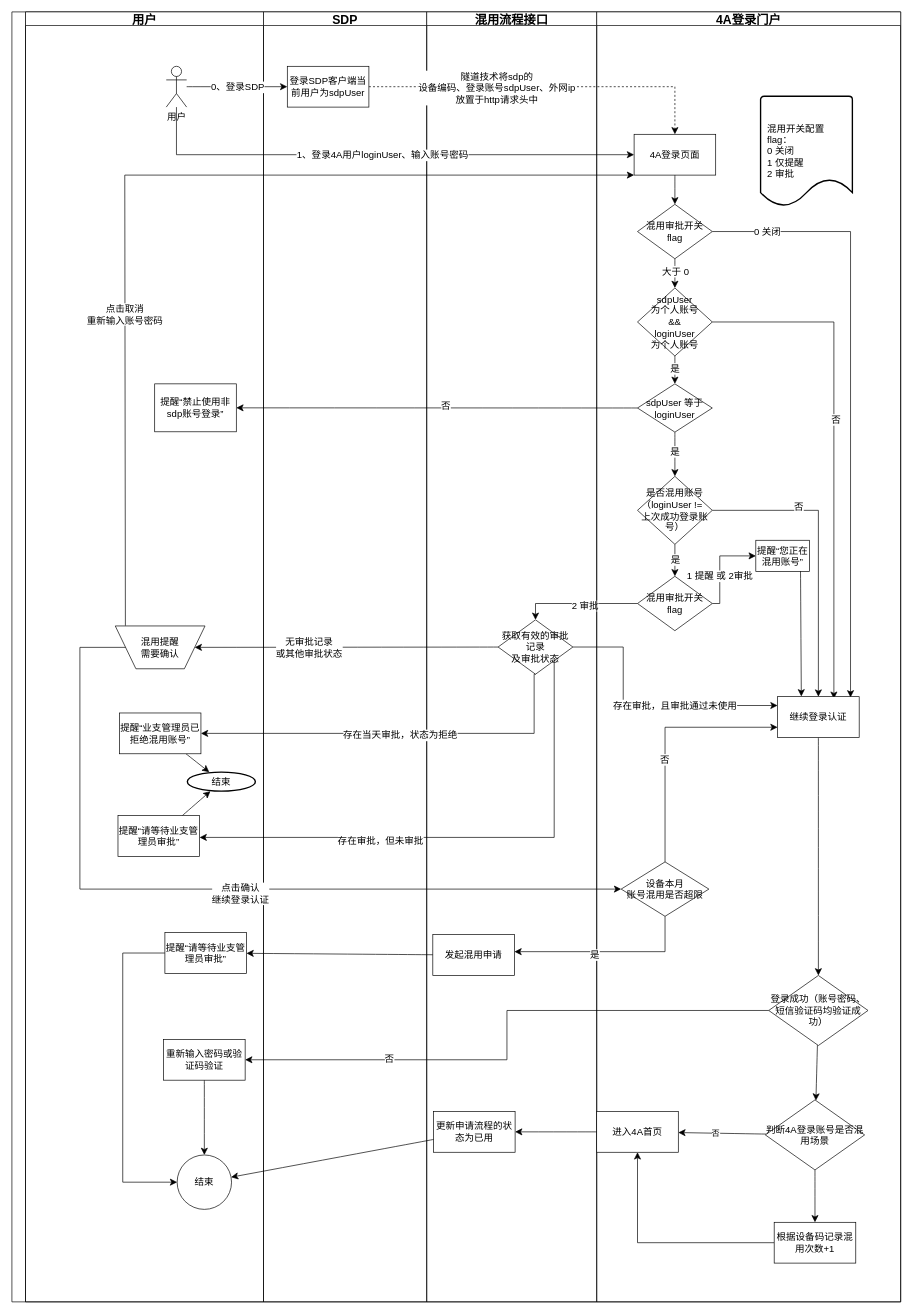
The draw.io diagram page "账号混用泳道图-外部账号" (19 of 23) of 系统功能流程图/铁塔4A2024.drawio in 158698706/tt4a, before the edit. Source tidied: cells renumbered, new cells numbered last; positions are measured from the earlier drawing's top-left corner, leaving out a move shared by most shapes. Both pictures are drawn from the tidied source at 68%, with x=0, y=0 at pixel (12, 12).
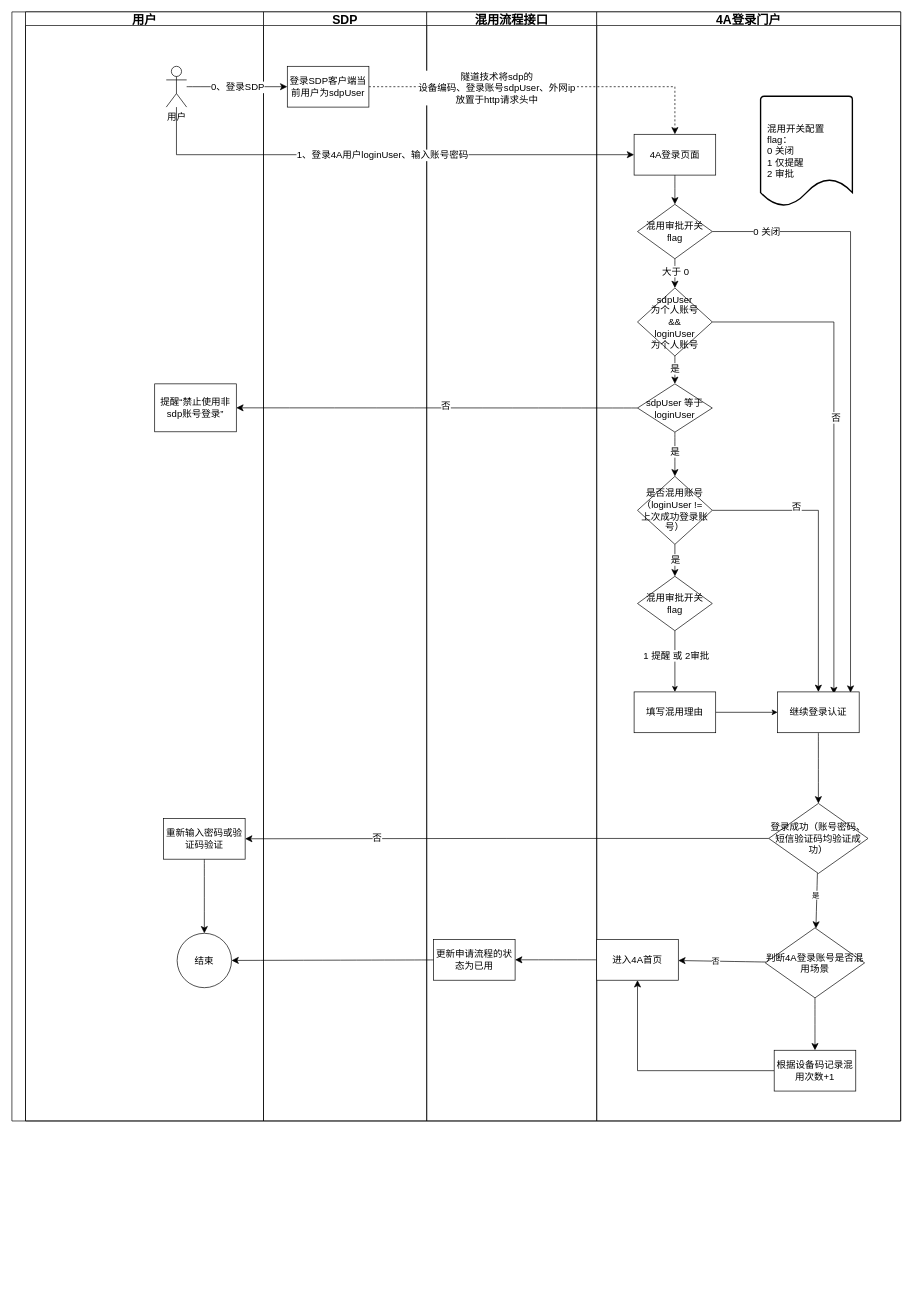
The same page after the edit.

The change refers to these unchanged cells:
```xml
<mxCell id="37" value="4A登录页面" style="whiteSpace=wrap;html=1;verticalAlign=middle;fontSize=14;" parent="35" vertex="1">
  <mxGeometry x="55" y="180" width="120" height="60" as="geometry" />
</mxCell>
<mxCell id="60" value="混用审批开关&lt;div&gt;flag&lt;/div&gt;" style="rhombus;whiteSpace=wrap;html=1;fontSize=14;" parent="35" vertex="1">
  <mxGeometry x="60" y="830" width="110" height="80" as="geometry" />
</mxCell>
<mxCell id="67" style="edgeStyle=none;curved=1;rounded=0;jettySize=auto;html=1;fontSize=12;startSize=8;endSize=8;" parent="35" edge="1" source="68" target="72">
  <mxGeometry relative="1" as="geometry" />
</mxCell>
```

What changed in the source:
```diff
@@
     <mxCell id="2" style="swimlane;startSize=20;horizontal=0;" parent="1" vertex="1">
-      <mxGeometry width="1307" height="1897" as="geometry" />
+      <mxGeometry width="1307" height="1631" as="geometry" />
     </mxCell>
     <mxCell id="3" value="用户" style="swimlane;startSize=20;fontSize=18;" parent="2" vertex="1">
-      <mxGeometry x="20" width="350" height="1897" as="geometry" />
+      <mxGeometry x="20" width="350" height="1631" as="geometry" />
     </mxCell>
@@
-    <mxCell id="5" value="混用提醒&lt;div&gt;需要确认&lt;/div&gt;" style="verticalLabelPosition=middle;verticalAlign=middle;html=1;shape=trapezoid;perimeter=trapezoidPerimeter;whiteSpace=wrap;size=0.23;arcSize=10;flipV=1;labelPosition=center;align=center;fontSize=14;" parent="3" vertex="1">
-      <mxGeometry x="132" y="903" width="132" height="63" as="geometry" />
-    </mxCell>
@@
-    <mxCell id="7" style="edgeStyle=none;curved=1;rounded=0;jettySize=auto;html=1;fontSize=14;startSize=8;endSize=8;" parent="3" edge="1" source="8" target="9">
-      <mxGeometry relative="1" as="geometry" />
-    </mxCell>
-    <mxCell id="8" value="提醒“业支管理员已拒绝混用账号”" style="whiteSpace=wrap;html=1;fontSize=14;" parent="3" vertex="1">
-      <mxGeometry x="138" y="1031" width="120" height="60" as="geometry" />
-    </mxCell>
-    <mxCell id="9" value="结束" style="strokeWidth=2;html=1;shape=mxgraph.flowchart.start_1;whiteSpace=wrap;fontSize=14;" parent="3" vertex="1">
-      <mxGeometry x="238" y="1118" width="100" height="28" as="geometry" />
-    </mxCell>
-    <mxCell id="10" style="edgeStyle=none;curved=1;rounded=0;jettySize=auto;html=1;fontSize=14;startSize=8;endSize=8;" parent="3" edge="1" source="11" target="9">
-      <mxGeometry relative="1" as="geometry" />
-    </mxCell>
-    <mxCell id="11" value="提醒“请等待业支管理员审批”" style="whiteSpace=wrap;html=1;fontSize=14;" parent="3" vertex="1">
-      <mxGeometry x="136" y="1182" width="120" height="60" as="geometry" />
-    </mxCell>
-    <mxCell id="12" style="edgeStyle=elbowEdgeStyle;rounded=0;jettySize=auto;html=1;entryX=0;entryY=0.5;entryDx=0;entryDy=0;fontSize=12;startSize=8;endSize=8;" parent="3" edge="1" source="13" target="16">
-      <mxGeometry relative="1" as="geometry">
-        <Array as="points">
-          <mxPoint x="143" y="1568" />
-        </Array>
-      </mxGeometry>
-    </mxCell>
-    <mxCell id="13" value="提醒“请等待业支管理员审批”" style="whiteSpace=wrap;html=1;fontSize=14;arcSize=10;" parent="3" vertex="1">
-      <mxGeometry x="205" y="1354" width="120" height="60" as="geometry" />
-    </mxCell>
@@
     <mxCell id="15" value="重新输入密码或验证码验证" style="whiteSpace=wrap;html=1;fontSize=14;" parent="3" vertex="1">
-      <mxGeometry x="203" y="1511" width="120" height="60" as="geometry" />
+      <mxGeometry x="203" y="1186" width="120" height="60" as="geometry" />
     </mxCell>
     <mxCell id="16" value="结束" style="ellipse;whiteSpace=wrap;html=1;fontSize=14;" parent="3" vertex="1">
-      <mxGeometry x="223" y="1681" width="80" height="80" as="geometry" />
+      <mxGeometry x="223" y="1355" width="80" height="80" as="geometry" />
     </mxCell>
     <mxCell id="17" value="SDP" style="swimlane;startSize=20;fontSize=18;" parent="2" vertex="1">
-      <mxGeometry x="370" width="240" height="1897" as="geometry" />
+      <mxGeometry x="370" width="240" height="1631" as="geometry" />
     </mxCell>
@@
     <mxCell id="19" value="混用流程接口" style="swimlane;startSize=20;fontSize=18;" parent="2" vertex="1">
-      <mxGeometry x="610" width="250" height="1897" as="geometry" />
+      <mxGeometry x="610" width="250" height="1631" as="geometry" />
     </mxCell>
-    <mxCell id="20" value="获取有效的审批记录&lt;div&gt;及审批状态&lt;/div&gt;" style="rhombus;whiteSpace=wrap;html=1;fontSize=14;" parent="19" vertex="1">
-      <mxGeometry x="105" y="894" width="110" height="80" as="geometry" />
-    </mxCell>
-    <mxCell id="21" value="发起混用申请" style="whiteSpace=wrap;html=1;arcSize=10;fontSize=14;" parent="19" vertex="1">
-      <mxGeometry x="9" y="1357" width="120" height="60" as="geometry" />
-    </mxCell>
     <mxCell id="22" value="更新申请流程的状态为已用" style="whiteSpace=wrap;html=1;fontSize=14;" parent="19" vertex="1">
-      <mxGeometry x="10" y="1617" width="120" height="60" as="geometry" />
+      <mxGeometry x="10" y="1364" width="120" height="60" as="geometry" />
     </mxCell>
@@
-    <mxCell id="29" style="edgeStyle=orthogonalEdgeStyle;rounded=0;jettySize=auto;html=1;fontSize=14;startSize=8;endSize=8;entryX=0.5;entryY=0;entryDx=0;entryDy=0;exitX=0;exitY=0.5;exitDx=0;exitDy=0;" parent="2" edge="1" source="60" target="20">
-      <mxGeometry relative="1" as="geometry" />
-    </mxCell>
-    <mxCell id="30" value="2 审批" style="edgeLabel;html=1;align=center;verticalAlign=middle;fontSize=14;" parent="29" vertex="1">
-      <mxGeometry relative="1" as="geometry">
-        <mxPoint x="9" y="3" as="offset" />
-      </mxGeometry>
-    </mxCell>
-    <mxCell id="31" style="edgeStyle=none;curved=1;rounded=0;jettySize=auto;html=1;fontSize=14;startSize=8;endSize=8;entryX=1;entryY=0.5;entryDx=0;entryDy=0;" parent="2" edge="1" source="20" target="5">
-      <mxGeometry relative="1" as="geometry" />
-    </mxCell>
-    <mxCell id="32" value="无审批记录&lt;div&gt;或其他审批状态&lt;/div&gt;" style="edgeLabel;html=1;align=center;verticalAlign=middle;fontSize=14;" parent="31" vertex="1">
-      <mxGeometry x="0.25" relative="1" as="geometry" />
-    </mxCell>
@@
+    <mxCell id="89" style="edgeStyle=elbowEdgeStyle;rounded=0;jettySize=auto;html=1;fontSize=12;startSize=8;endSize=8;" parent="2" edge="1" source="68" target="15">
+      <mxGeometry relative="1" as="geometry" />
+    </mxCell>
+    <mxCell id="90" value="否" style="edgeLabel;html=1;align=center;verticalAlign=middle;fontSize=14;" parent="89" vertex="1">
+      <mxGeometry x="0.5" y="-2" relative="1" as="geometry">
+        <mxPoint x="1" as="offset" />
+      </mxGeometry>
+    </mxCell>
+    <mxCell id="91" style="edgeStyle=none;curved=1;rounded=0;jettySize=auto;html=1;fontSize=12;startSize=8;endSize=8;" parent="2" edge="1" source="73" target="22">
+      <mxGeometry relative="1" as="geometry" />
+    </mxCell>
+    <mxCell id="92" style="edgeStyle=none;curved=1;rounded=0;jettySize=auto;html=1;fontSize=12;startSize=8;endSize=8;" parent="2" edge="1" source="22" target="16">
+      <mxGeometry relative="1" as="geometry" />
+    </mxCell>
     <mxCell id="35" value="4A登录门户" style="swimlane;startSize=20;fontSize=18;" parent="2" vertex="1">
-      <mxGeometry x="860" width="447" height="1897" as="geometry" />
+      <mxGeometry x="860" width="447" height="1631" as="geometry" />
     </mxCell>
@@
     <mxCell id="49" value="继续登录认证" style="whiteSpace=wrap;html=1;verticalAlign=middle;fontSize=14;" parent="35" vertex="1">
-      <mxGeometry x="266" y="1007" width="120" height="60" as="geometry" />
+      <mxGeometry x="266" y="1000" width="120" height="60" as="geometry" />
     </mxCell>
@@
-    <mxCell id="58" style="edgeStyle=elbowEdgeStyle;rounded=0;jettySize=auto;html=1;fontSize=14;startSize=8;endSize=8;exitX=1;exitY=0.5;exitDx=0;exitDy=0;" parent="35" edge="1" source="60" target="61">
-      <mxGeometry relative="1" as="geometry">
-        <Array as="points">
-          <mxPoint x="181" y="833" />
-        </Array>
-      </mxGeometry>
-    </mxCell>
+    <mxCell id="93" style="edgeStyle=orthogonalEdgeStyle;rounded=0;jettySize=auto;html=1;" parent="35" edge="1" source="60" target="95">
+      <mxGeometry relative="1" as="geometry" />
+    </mxCell>
-    <mxCell id="59" value="1 提醒 或 2审批" style="edgeLabel;html=1;align=center;verticalAlign=middle;fontSize=14;" parent="58" vertex="1">
-      <mxGeometry x="-0.22" y="1" relative="1" as="geometry" />
+    <mxCell id="59" value="&lt;span style=&quot;font-size: 14px;&quot;&gt;1 提醒 或 2审批&lt;/span&gt;" style="edgeLabel;html=1;align=center;verticalAlign=middle;" parent="93" vertex="1">
+      <mxGeometry x="-0.2" y="1" relative="1" as="geometry" />
     </mxCell>
@@
-    <mxCell id="61" value="提醒“您正在混用账号”" style="whiteSpace=wrap;html=1;fontSize=14;" parent="35" vertex="1">
-      <mxGeometry x="234" y="777" width="79" height="46" as="geometry" />
-    </mxCell>
-    <mxCell id="62" style="edgeStyle=none;curved=1;rounded=0;jettySize=auto;html=1;entryX=0.291;entryY=-0.006;entryDx=0;entryDy=0;entryPerimeter=0;fontSize=14;startSize=8;endSize=8;exitX=0.832;exitY=0.99;exitDx=0;exitDy=0;exitPerimeter=0;" parent="35" edge="1" source="61" target="49">
-      <mxGeometry relative="1" as="geometry" />
-    </mxCell>
@@
-    <mxCell id="64" style="edgeStyle=orthogonalEdgeStyle;rounded=0;jettySize=auto;html=1;entryX=0;entryY=0.75;entryDx=0;entryDy=0;fontSize=14;startSize=8;endSize=8;exitX=0.5;exitY=0;exitDx=0;exitDy=0;" parent="35" edge="1" source="66" target="49">
-      <mxGeometry relative="1" as="geometry" />
-    </mxCell>
-    <mxCell id="65" value="否" style="edgeLabel;html=1;align=center;verticalAlign=middle;fontSize=14;" parent="64" vertex="1">
-      <mxGeometry x="-0.17" y="1" relative="1" as="geometry" />
-    </mxCell>
-    <mxCell id="66" value="设备本月&lt;div&gt;账号混用是否超限&lt;/div&gt;" style="rhombus;whiteSpace=wrap;html=1;arcSize=10;fontSize=14;" parent="35" vertex="1">
-      <mxGeometry x="36" y="1250" width="129" height="80" as="geometry" />
-    </mxCell>
@@
+    <mxCell id="87" value="是" style="edgeLabel;html=1;align=center;verticalAlign=middle;" parent="67" vertex="1">
+      <mxGeometry x="-0.2" y="-2" relative="1" as="geometry" />
+    </mxCell>
     <mxCell id="68" value="登录成功（账号密码、短信验证码均验证成功）" style="rhombus;whiteSpace=wrap;html=1;fontSize=14;" parent="35" vertex="1">
-      <mxGeometry x="253" y="1417" width="146" height="103" as="geometry" />
+      <mxGeometry x="253" y="1164" width="146" height="103" as="geometry" />
     </mxCell>
@@
     <mxCell id="72" value="判断4A登录账号是否混用场景" style="rhombus;whiteSpace=wrap;html=1;fontSize=14;" parent="35" vertex="1">
-      <mxGeometry x="248" y="1600" width="146" height="103" as="geometry" />
+      <mxGeometry x="248" y="1347" width="146" height="103" as="geometry" />
     </mxCell>
     <mxCell id="73" value="进入4A首页" style="whiteSpace=wrap;html=1;fontSize=14;" parent="35" vertex="1">
-      <mxGeometry y="1617" width="120" height="60" as="geometry" />
+      <mxGeometry y="1364" width="120" height="60" as="geometry" />
     </mxCell>
@@
     <mxCell id="75" value="根据设备码记录混用次数+1" style="whiteSpace=wrap;html=1;fontSize=14;" parent="35" vertex="1">
-      <mxGeometry x="261" y="1780" width="120" height="60" as="geometry" />
+      <mxGeometry x="261" y="1527" width="120" height="60" as="geometry" />
     </mxCell>
-    <mxCell id="76" style="edgeStyle=orthogonalEdgeStyle;rounded=0;jettySize=auto;html=1;fontSize=14;startSize=8;endSize=8;exitX=0.5;exitY=1;exitDx=0;exitDy=0;" parent="2" edge="1" source="20" target="8">
-      <mxGeometry relative="1" as="geometry">
-        <Array as="points">
-          <mxPoint x="768" y="974" />
-          <mxPoint x="768" y="1061" />
-        </Array>
-      </mxGeometry>
-    </mxCell>
-    <mxCell id="77" value="存在当天审批，状态为拒绝" style="edgeLabel;html=1;align=center;verticalAlign=middle;fontSize=14;" parent="76" vertex="1">
-      <mxGeometry x="-0.01" y="2" relative="1" as="geometry" />
-    </mxCell>
-    <mxCell id="78" style="edgeStyle=orthogonalEdgeStyle;rounded=0;jettySize=auto;html=1;fontSize=14;startSize=8;endSize=8;exitX=1;exitY=1;exitDx=0;exitDy=0;" parent="2" edge="1" source="20" target="11">
-      <mxGeometry relative="1" as="geometry">
-        <Array as="points">
-          <mxPoint x="798" y="1214" />
-        </Array>
-      </mxGeometry>
-    </mxCell>
-    <mxCell id="79" value="存在审批，但未审批" style="edgeLabel;html=1;align=center;verticalAlign=middle;fontSize=14;" parent="78" vertex="1">
-      <mxGeometry x="0.32" y="4" relative="1" as="geometry" />
-    </mxCell>
-    <mxCell id="80" style="edgeStyle=elbowEdgeStyle;rounded=0;jettySize=auto;html=1;entryX=0;entryY=1;entryDx=0;entryDy=0;fontSize=14;startSize=8;endSize=8;exitX=0.113;exitY=1.006;exitDx=0;exitDy=0;exitPerimeter=0;" parent="2" edge="1" source="5" target="37">
-      <mxGeometry relative="1" as="geometry">
-        <Array as="points">
-          <mxPoint x="166" y="603" />
-        </Array>
-      </mxGeometry>
-    </mxCell>
-    <mxCell id="81" value="点击取消&lt;div&gt;重新输入账号密码&lt;/div&gt;" style="edgeLabel;html=1;align=center;verticalAlign=middle;fontSize=14;" parent="80" vertex="1">
-      <mxGeometry x="-0.35" y="1" relative="1" as="geometry" />
-    </mxCell>
-    <mxCell id="82" style="edgeStyle=elbowEdgeStyle;rounded=0;jettySize=auto;html=1;fontSize=14;startSize=8;endSize=8;" parent="2" edge="1" source="5" target="66">
-      <mxGeometry relative="1" as="geometry">
-        <Array as="points">
-          <mxPoint x="100" y="1130" />
-        </Array>
-      </mxGeometry>
-    </mxCell>
-    <mxCell id="83" value="点击确认&lt;div&gt;继续登录认证&lt;/div&gt;" style="edgeLabel;html=1;align=center;verticalAlign=middle;fontSize=14;" parent="82" vertex="1">
-      <mxGeometry x="0.08" y="-6" relative="1" as="geometry" />
-    </mxCell>
-    <mxCell id="84" style="edgeStyle=orthogonalEdgeStyle;rounded=0;jettySize=auto;html=1;fontSize=14;startSize=8;endSize=8;" parent="2" edge="1" source="20" target="49">
-      <mxGeometry relative="1" as="geometry">
-        <Array as="points">
-          <mxPoint x="899" y="934" />
-          <mxPoint x="899" y="1020" />
-        </Array>
-      </mxGeometry>
-    </mxCell>
-    <mxCell id="85" value="存在审批，且审批通过未使用" style="edgeLabel;html=1;align=center;verticalAlign=middle;fontSize=14;" parent="84" vertex="1">
-      <mxGeometry x="-0.02" y="-2" relative="1" as="geometry">
-        <mxPoint x="45" y="-3" as="offset" />
-      </mxGeometry>
-    </mxCell>
-    <mxCell id="86" style="edgeStyle=orthogonalEdgeStyle;rounded=0;jettySize=auto;html=1;fontSize=14;startSize=8;endSize=8;exitX=0.5;exitY=1;exitDx=0;exitDy=0;" parent="2" edge="1" source="66" target="21">
-      <mxGeometry relative="1" as="geometry">
-        <Array as="points">
-          <mxPoint x="961" y="1382" />
-        </Array>
-      </mxGeometry>
-    </mxCell>
-    <mxCell id="87" value="是" style="edgeLabel;html=1;align=center;verticalAlign=middle;fontSize=14;" parent="86" vertex="1">
-      <mxGeometry x="0.15" y="4" relative="1" as="geometry">
-        <mxPoint x="1" as="offset" />
-      </mxGeometry>
-    </mxCell>
-    <mxCell id="88" style="edgeStyle=none;curved=1;rounded=0;jettySize=auto;html=1;fontSize=12;startSize=8;endSize=8;" parent="2" edge="1" source="21" target="13">
-      <mxGeometry relative="1" as="geometry" />
-    </mxCell>
-    <mxCell id="89" style="edgeStyle=elbowEdgeStyle;rounded=0;jettySize=auto;html=1;fontSize=12;startSize=8;endSize=8;" parent="2" edge="1" source="68" target="15">
-      <mxGeometry relative="1" as="geometry" />
-    </mxCell>
-    <mxCell id="90" value="否" style="edgeLabel;html=1;align=center;verticalAlign=middle;fontSize=14;" parent="89" vertex="1">
-      <mxGeometry x="0.5" y="-2" relative="1" as="geometry">
-        <mxPoint x="1" as="offset" />
-      </mxGeometry>
-    </mxCell>
-    <mxCell id="91" style="edgeStyle=none;curved=1;rounded=0;jettySize=auto;html=1;fontSize=12;startSize=8;endSize=8;" parent="2" edge="1" source="73" target="22">
-      <mxGeometry relative="1" as="geometry" />
-    </mxCell>
-    <mxCell id="92" style="edgeStyle=none;curved=1;rounded=0;jettySize=auto;html=1;fontSize=12;startSize=8;endSize=8;" parent="2" edge="1" source="22" target="16">
-      <mxGeometry relative="1" as="geometry" />
-    </mxCell>
+    <mxCell id="94" style="edgeStyle=orthogonalEdgeStyle;rounded=0;jettySize=auto;html=1;entryX=0;entryY=0.5;entryDx=0;entryDy=0;" parent="35" edge="1" source="95" target="49">
+      <mxGeometry relative="1" as="geometry" />
+    </mxCell>
+    <mxCell id="95" value="填写混用理由" style="whiteSpace=wrap;html=1;fontSize=14;" parent="35" vertex="1">
+      <mxGeometry x="55" y="1000" width="120" height="60" as="geometry" />
+    </mxCell>
```
